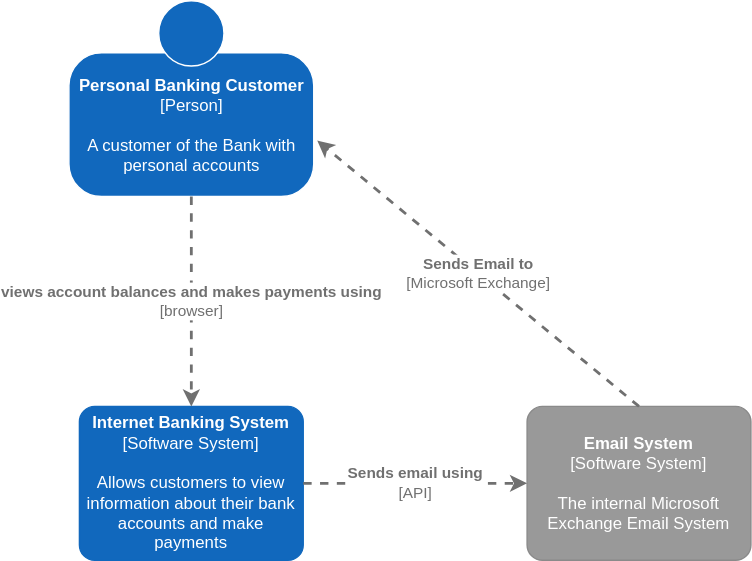
The draw.io diagram diagrams/sample1.drawio.svg in sanjeev2981/drawio, before a commit. Source tidied: cells renumbered, new cells last; positions are measured from the earlier drawing's top-left corner, leaving out a move shared by most shapes.
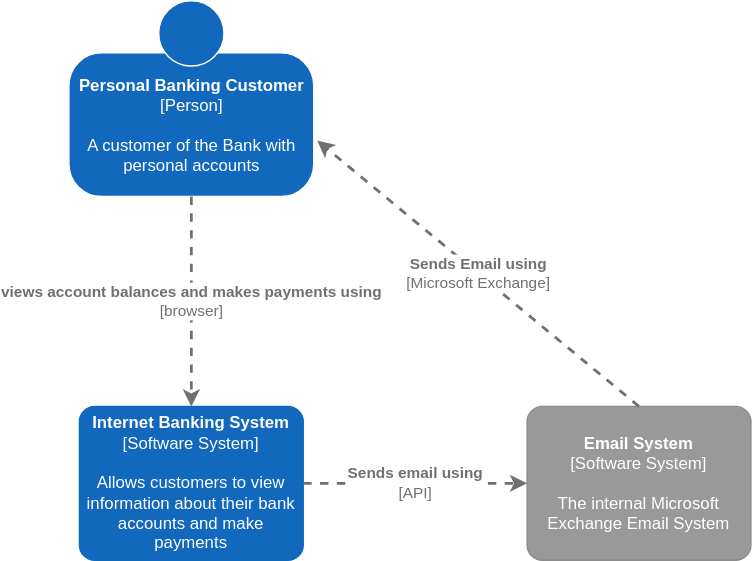
The same file after the commit.

The edit, as a diff of the source:
```diff
@@ -29,7 +29,7 @@
         </mxGeometry>
       </mxCell>
     </object>
-    <object id="7" label="&lt;div style=&quot;text-align: left&quot;&gt;&lt;div style=&quot;text-align: center&quot;&gt;&lt;b&gt;%c4Description%&lt;/b&gt;&lt;/div&gt;&lt;div style=&quot;text-align: center&quot;&gt;[%c4Technology%]&lt;/div&gt;&lt;/div&gt;" c4Description="Sends Email to" c4Technology="Microsoft Exchange" c4Type="Relationship" placeholders="1">
+    <object id="7" label="&lt;div style=&quot;text-align: left&quot;&gt;&lt;div style=&quot;text-align: center&quot;&gt;&lt;b&gt;%c4Description%&lt;/b&gt;&lt;/div&gt;&lt;div style=&quot;text-align: center&quot;&gt;[%c4Technology%]&lt;/div&gt;&lt;/div&gt;" c4Description="Sends Email using" c4Technology="Microsoft Exchange" c4Type="Relationship" placeholders="1">
       <mxCell style="edgeStyle=none;rounded=0;html=1;jettySize=auto;strokeColor=#707070;strokeWidth=2;fontColor=#707070;jumpStyle=none;dashed=1;metaData={&quot;c4Type&quot;:{&quot;editable&quot;:false}};exitX=0.5;exitY=0;exitDx=0;exitDy=0;exitPerimeter=0;" parent="1" edge="1" source="4">
         <mxGeometry relative="1" as="geometry">
           <mxPoint x="178" y="100" as="targetPoint" />
```
